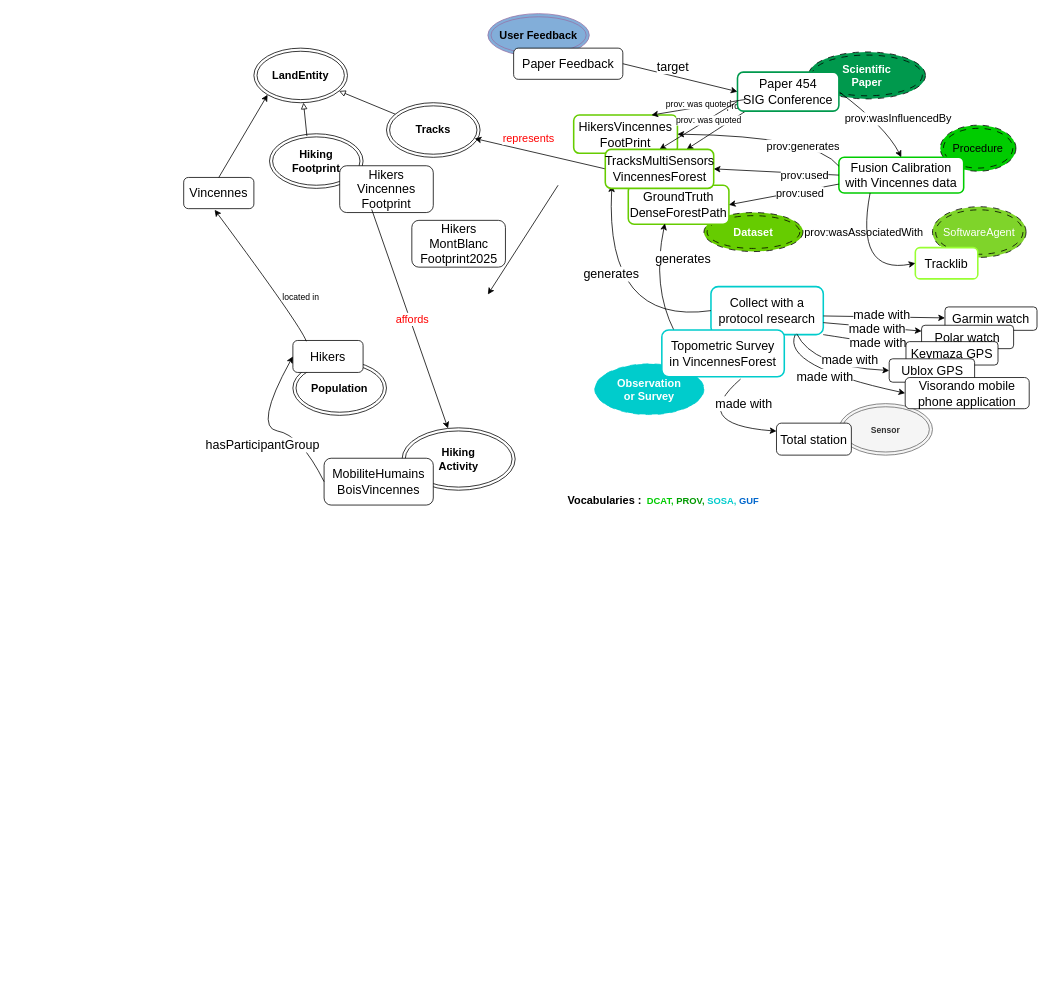
Earlier version of the draw.io diagram page "Schéma 2 article" (3 of 3) of docs/diagrams/model_KG.drawio (IntForOut/outdoorPressure). Source tidied: cells renumbered, new cells numbered last; positions are measured from the earlier drawing's top-left corner, leaving out a move shared by most shapes. Both pictures are drawn from the tidied source at 78%, with x=0, y=0 at pixel (183, 13).
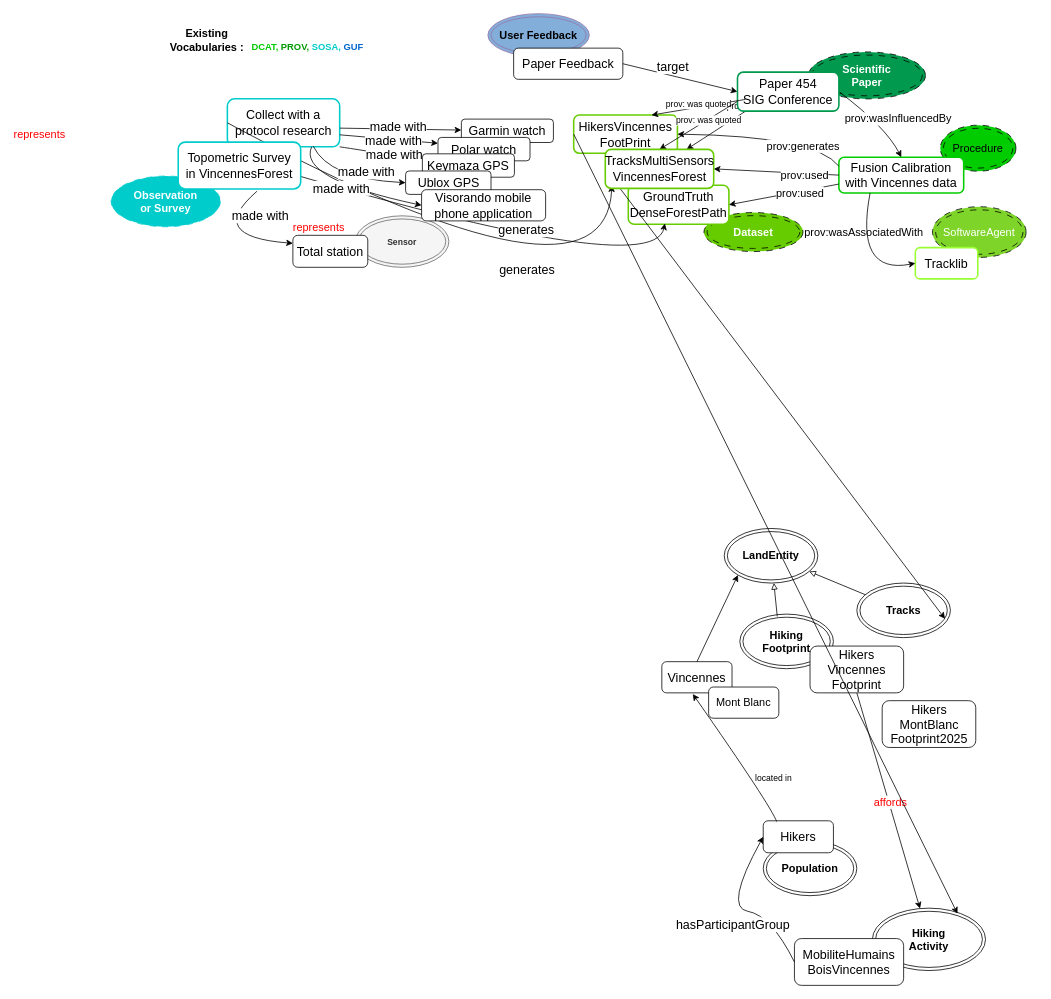
After the change.

Commit message (it also covers changes not shown here):
Mettre à jour model_KG.drawio

The change refers to these unchanged cells:
```xml
<mxCell id="2" value="&lt;div&gt;&lt;font style=&quot;font-size: 16px;&quot;&gt;HikersVincennes&lt;/font&gt;&lt;/div&gt;&lt;div&gt;&lt;font style=&quot;font-size: 16px;&quot;&gt;FootPrint&lt;/font&gt;&lt;/div&gt;" style="rounded=1;whiteSpace=wrap;html=1;strokeColor=#66CC00;strokeWidth=2;" parent="1" vertex="1">
  <mxGeometry x="500" y="130" width="133" height="49" as="geometry" />
</mxCell>
<mxCell id="71" style="endArrow=classic;html=1;rounded=0;exitX=0;exitY=0.5;exitDx=0;exitDy=0;entryX=0.942;entryY=0.655;entryDx=0;entryDy=0;entryPerimeter=0;" parent="1" edge="1" source="79" target="69">
  <mxGeometry relative="1" as="geometry" />
</mxCell>
```

What changed in the source:
```diff
@@
     <mxCell id="3" value="&lt;div&gt;&lt;b&gt;Hiking&lt;/b&gt;&lt;/div&gt;&lt;div&gt;&lt;b&gt;Footprint&lt;/b&gt;&lt;/div&gt;" style="ellipse;shape=doubleEllipse;whiteSpace=wrap;html=1;fontSize=14;" parent="1" vertex="1">
-      <mxGeometry x="110" y="154" width="120" height="70" as="geometry" />
+      <mxGeometry x="713" y="769.8" width="120" height="70" as="geometry" />
     </mxCell>
@@
     <mxCell id="9" value="&lt;font style=&quot;color: rgb(255, 255, 255);&quot;&gt;&lt;b&gt;Observation&lt;br&gt;or Survey&lt;/b&gt;&lt;/font&gt;" style="ellipse;shape=doubleEllipse;whiteSpace=wrap;html=1;fontSize=14;fillColor=#00CCCC;dashed=1;dashPattern=8 8;strokeColor=#00CCCC;" parent="1" vertex="1">
-      <mxGeometry x="527" y="449" width="140" height="65" as="geometry" />
+      <mxGeometry x="-93" y="208.2" width="140" height="65" as="geometry" />
     </mxCell>
@@
     <mxCell id="12" value="&lt;font&gt;&lt;b&gt;Hiking&lt;/b&gt;&lt;/font&gt;&lt;div&gt;&lt;font&gt;&lt;b&gt;Activity&lt;/b&gt;&lt;/font&gt;&lt;/div&gt;" style="ellipse;shape=doubleEllipse;whiteSpace=wrap;html=1;fontSize=14;" parent="1" vertex="1">
-      <mxGeometry x="280" y="531" width="145" height="80" as="geometry" />
+      <mxGeometry x="883" y="1146.8" width="145" height="80" as="geometry" />
     </mxCell>
     <mxCell id="13" value="&lt;b&gt;LandEntity&lt;/b&gt;" style="ellipse;shape=doubleEllipse;whiteSpace=wrap;html=1;fontSize=14;" parent="1" vertex="1">
-      <mxGeometry x="90" y="44.2" width="120" height="70" as="geometry" />
+      <mxGeometry x="693" y="660" width="120" height="70" as="geometry" />
     </mxCell>
@@
     <mxCell id="18" value="&lt;font style=&quot;font-size: 16px;&quot;&gt;Collect with a protocol research&lt;/font&gt;" style="rounded=1;whiteSpace=wrap;html=1;strokeWidth=2;strokeColor=#00CCCC;" parent="1" vertex="1">
-      <mxGeometry x="676" y="350" width="144" height="61.5" as="geometry" />
+      <mxGeometry x="56" y="109.2" width="144" height="61.5" as="geometry" />
     </mxCell>
@@
     <mxCell id="21" value="&lt;font style=&quot;font-size: 16px;&quot;&gt;Garmin watch&lt;/font&gt;" style="rounded=1;whiteSpace=wrap;html=1;" parent="1" vertex="1">
-      <mxGeometry x="976" y="376" width="118" height="30" as="geometry" />
+      <mxGeometry x="356" y="135.2" width="118" height="30" as="geometry" />
     </mxCell>
@@
     <mxCell id="27" style="endArrow=classic;html=1;rounded=0;exitX=0.75;exitY=1;exitDx=0;exitDy=0;entryX=0;entryY=0.5;entryDx=0;entryDy=0;curved=1;" parent="1" edge="1" source="18" target="51">
       <mxGeometry relative="1" as="geometry">
         <Array as="points">
-          <mxPoint x="766" y="452.5" />
+          <mxPoint x="146" y="211.7" />
         </Array>
       </mxGeometry>
     </mxCell>
@@
     <mxCell id="29" style="endArrow=classic;html=1;rounded=0;entryX=0;entryY=0.5;entryDx=0;entryDy=0;curved=1;" parent="1" edge="1" target="50">
       <mxGeometry relative="1" as="geometry">
-        <mxPoint x="786" y="410.5" as="sourcePoint" />
+        <mxPoint x="166" y="169.7" as="sourcePoint" />
         <Array as="points">
-          <mxPoint x="806" y="452.5" />
+          <mxPoint x="186" y="211.7" />
         </Array>
       </mxGeometry>
     </mxCell>
@@
     <mxCell id="31" value="&lt;font style=&quot;font-size: 11px;&quot;&gt;&lt;b&gt;Sensor&lt;/b&gt;&lt;/font&gt;" style="ellipse;shape=doubleEllipse;whiteSpace=wrap;html=1;fontSize=14;fillColor=#f5f5f5;fontColor=#333333;strokeColor=#666666;" parent="1" vertex="1">
-      <mxGeometry x="840" y="500" width="120" height="66" as="geometry" />
+      <mxGeometry x="220" y="259.2" width="120" height="66" as="geometry" />
     </mxCell>
@@
     <mxCell id="45" value="&lt;b&gt;Population&lt;/b&gt;" style="ellipse;shape=doubleEllipse;whiteSpace=wrap;html=1;fontSize=14;" parent="1" vertex="1">
-      <mxGeometry x="140" y="445" width="120" height="70" as="geometry" />
+      <mxGeometry x="743" y="1060.8" width="120" height="70" as="geometry" />
     </mxCell>
@@
     <mxCell id="48" value="&lt;font style=&quot;font-size: 16px;&quot;&gt;Polar watch&lt;/font&gt;" style="rounded=1;whiteSpace=wrap;html=1;" parent="1" vertex="1">
-      <mxGeometry x="946" y="399.5" width="118" height="30" as="geometry" />
+      <mxGeometry x="326" y="158.7" width="118" height="30" as="geometry" />
     </mxCell>
     <mxCell id="49" value="&lt;font style=&quot;font-size: 16px;&quot;&gt;Keymaza GPS&lt;/font&gt;" style="rounded=1;whiteSpace=wrap;html=1;" parent="1" vertex="1">
-      <mxGeometry x="926" y="420.5" width="118" height="30" as="geometry" />
+      <mxGeometry x="306" y="179.7" width="118" height="30" as="geometry" />
     </mxCell>
     <mxCell id="50" value="&lt;font style=&quot;font-size: 16px;&quot;&gt;Ublox GPS&lt;/font&gt;" style="rounded=1;whiteSpace=wrap;html=1;" parent="1" vertex="1">
-      <mxGeometry x="904.5" y="442.5" width="109.5" height="30" as="geometry" />
+      <mxGeometry x="284.5" y="201.7" width="109.5" height="30" as="geometry" />
     </mxCell>
     <mxCell id="51" value="&lt;font style=&quot;font-size: 16px;&quot;&gt;Visorando mobile phone application&lt;/font&gt;" style="rounded=1;whiteSpace=wrap;html=1;" parent="1" vertex="1">
-      <mxGeometry x="925" y="466.5" width="159" height="40" as="geometry" />
+      <mxGeometry x="305" y="225.7" width="159" height="40" as="geometry" />
     </mxCell>
     <mxCell id="52" value="&lt;font style=&quot;font-size: 16px;&quot;&gt;Total station&lt;/font&gt;" style="rounded=1;whiteSpace=wrap;html=1;" parent="1" vertex="1">
-      <mxGeometry x="760" y="525" width="96" height="41" as="geometry" />
+      <mxGeometry x="140" y="284.2" width="96" height="41" as="geometry" />
     </mxCell>
     <mxCell id="53" style="endArrow=classic;html=1;rounded=0;exitX=0.643;exitY=1.05;exitDx=0;exitDy=0;entryX=0;entryY=0.25;entryDx=0;entryDy=0;curved=1;exitPerimeter=0;" parent="1" edge="1" source="83" target="52">
       <mxGeometry relative="1" as="geometry">
         <Array as="points">
-          <mxPoint x="647" y="526.5" />
+          <mxPoint x="27" y="285.7" />
         </Array>
       </mxGeometry>
     </mxCell>
     <mxCell id="54" value="&lt;font style=&quot;font-size: 16px;&quot;&gt;made with&lt;/font&gt;" style="edgeLabel;html=1;align=center;verticalAlign=middle;" parent="1" vertex="1">
-      <mxGeometry x="720" y="500" as="geometry">
+      <mxGeometry x="100" y="259.2" as="geometry">
         <mxPoint x="-3" y="-1" as="offset" />
       </mxGeometry>
     </mxCell>
@@
     <mxCell id="59" value="&lt;font style=&quot;font-size: 16px;&quot;&gt;Hikers&lt;/font&gt;" style="rounded=1;whiteSpace=wrap;html=1;" parent="1" vertex="1">
-      <mxGeometry x="140" y="419" width="90" height="41" as="geometry" />
+      <mxGeometry x="743" y="1034.8" width="90" height="41" as="geometry" />
     </mxCell>
     <mxCell id="60" value="&lt;div&gt;&lt;font style=&quot;font-size: 16px;&quot;&gt;Hikers&lt;/font&gt;&lt;/div&gt;&lt;div&gt;&lt;font style=&quot;font-size: 16px;&quot;&gt;Vincennes&lt;/font&gt;&lt;/div&gt;&lt;div&gt;&lt;font style=&quot;font-size: 16px;&quot;&gt;Footprint&lt;/font&gt;&lt;/div&gt;" style="rounded=1;whiteSpace=wrap;html=1;" parent="1" vertex="1">
-      <mxGeometry x="200" y="195" width="120" height="60" as="geometry" />
+      <mxGeometry x="803" y="810.8" width="120" height="60" as="geometry" />
     </mxCell>
     <mxCell id="61" value="&lt;font style=&quot;font-size: 16px;&quot;&gt;Vincennes&lt;/font&gt;" style="rounded=1;whiteSpace=wrap;html=1;" parent="1" vertex="1">
-      <mxGeometry y="210" width="90" height="40" as="geometry" />
+      <mxGeometry x="613" y="830.8" width="90" height="40" as="geometry" />
     </mxCell>
     <mxCell id="62" value="&lt;div&gt;&lt;font style=&quot;font-size: 16px;&quot;&gt;MobiliteHumains&lt;/font&gt;&lt;/div&gt;&lt;div&gt;&lt;font style=&quot;font-size: 16px;&quot;&gt;BoisVincennes&lt;/font&gt;&lt;/div&gt;" style="rounded=1;whiteSpace=wrap;html=1;" parent="1" vertex="1">
-      <mxGeometry x="180" y="570" width="140" height="60" as="geometry" />
+      <mxGeometry x="783" y="1185.8" width="140" height="60" as="geometry" />
     </mxCell>
     <mxCell id="63" style="endArrow=classic;html=1;rounded=0;curved=1;entryX=0.441;entryY=1.037;entryDx=0;entryDy=0;entryPerimeter=0;exitX=0.191;exitY=0.024;exitDx=0;exitDy=0;exitPerimeter=0;" parent="1" edge="1" source="59" target="61">
       <mxGeometry relative="1" as="geometry">
         <Array as="points">
-          <mxPoint x="150" y="400" />
+          <mxPoint x="753" y="1015.8" />
         </Array>
       </mxGeometry>
     </mxCell>
@@
     <mxCell id="65" style="endArrow=classic;html=1;rounded=0;curved=1;exitX=0;exitY=0.5;exitDx=0;exitDy=0;entryX=0;entryY=0.5;entryDx=0;entryDy=0;" parent="1" edge="1" source="62" target="59">
       <mxGeometry relative="1" as="geometry">
         <Array as="points">
-          <mxPoint x="150" y="540" />
-          <mxPoint x="90" y="530" />
+          <mxPoint x="753" y="1155.8" />
+          <mxPoint x="693" y="1145.8" />
         </Array>
       </mxGeometry>
     </mxCell>
@@
     <mxCell id="69" value="&lt;b&gt;Tracks&lt;/b&gt;" style="ellipse;shape=doubleEllipse;whiteSpace=wrap;html=1;fontSize=14;" parent="1" vertex="1">
-      <mxGeometry x="260" y="114.2" width="120" height="70" as="geometry" />
+      <mxGeometry x="863" y="730" width="120" height="70" as="geometry" />
     </mxCell>
@@
     <mxCell id="72" value="&lt;font style=&quot;font-size: 14px; color: rgb(255, 0, 0);&quot;&gt;represents&lt;/font&gt;" style="edgeLabel;html=1;align=center;verticalAlign=middle;" parent="71" vertex="1">
       <mxGeometry x="0.16" y="1" relative="1" as="geometry">
-        <mxPoint x="-1" y="-18" as="offset" />
+        <mxPoint x="-621" y="-259" as="offset" />
       </mxGeometry>
     </mxCell>
     <mxCell id="73" value="&lt;div&gt;&lt;font style=&quot;font-size: 16px;&quot;&gt;Hikers&lt;/font&gt;&lt;/div&gt;&lt;div&gt;&lt;font style=&quot;font-size: 16px;&quot;&gt;MontBlanc&lt;/font&gt;&lt;/div&gt;&lt;div&gt;&lt;font style=&quot;font-size: 16px;&quot;&gt;Footprint2025&lt;/font&gt;&lt;/div&gt;" style="rounded=1;whiteSpace=wrap;html=1;" parent="1" vertex="1">
-      <mxGeometry x="292.5" y="265" width="120" height="60" as="geometry" />
+      <mxGeometry x="895.5" y="880.8" width="120" height="60" as="geometry" />
     </mxCell>
-    <mxCell id="74" style="endArrow=classic;html=1;rounded=0;exitX=0.342;exitY=0.933;exitDx=0;exitDy=0;exitPerimeter=0;" parent="1" edge="1" source="60" target="12">
+    <mxCell id="74" style="endArrow=classic;html=1;rounded=0;exitX=0.5;exitY=1;exitDx=0;exitDy=0;shape=wire;dashed=1;startArrow=none;startFill=0;endFill=1;" parent="1" edge="1" source="60" target="12">
       <mxGeometry relative="1" as="geometry" />
     </mxCell>
@@
-    <mxCell id="76" style="endArrow=classic;html=1;rounded=0;" parent="1" edge="1">
-      <mxGeometry relative="1" as="geometry">
-        <mxPoint x="480" y="220" as="sourcePoint" />
-        <mxPoint x="390" y="360" as="targetPoint" />
-      </mxGeometry>
+    <mxCell id="76" style="endArrow=classic;html=1;rounded=0;exitX=0;exitY=0.5;exitDx=0;exitDy=0;entryX=0.752;entryY=0.088;entryDx=0;entryDy=0;entryPerimeter=0;" parent="1" edge="1" source="2" target="12">
+      <mxGeometry relative="1" as="geometry" />
     </mxCell>
@@
-    <mxCell id="80" style="group;" parent="1" vertex="1">
-      <mxGeometry x="490" y="600" width="311" height="50" as="geometry" />
-    </mxCell>
+    <mxCell id="83" value="&lt;div&gt;&lt;font style=&quot;font-size: 16px;&quot;&gt;Topometric Survey&lt;/font&gt;&lt;/div&gt;&lt;div&gt;&lt;font style=&quot;font-size: 16px;&quot;&gt;in VincennesForest&lt;/font&gt;&lt;/div&gt;" style="rounded=1;whiteSpace=wrap;html=1;strokeColor=#00CCCC;strokeWidth=2;" parent="1" vertex="1">
+      <mxGeometry x="-7" y="164.7" width="157" height="60" as="geometry" />
+    </mxCell>
+    <mxCell id="84" value="&lt;font style=&quot;font-size: 14px; color: rgb(255, 0, 0);&quot;&gt;represents&lt;/font&gt;" style="edgeLabel;html=1;align=center;verticalAlign=middle;" parent="1" vertex="1">
+      <mxGeometry x="-100" y="178.2" as="geometry">
+        <mxPoint x="-86" y="-24" as="offset" />
+      </mxGeometry>
+    </mxCell>
+    <mxCell id="85" value="&lt;font style=&quot;font-size: 14px;&quot;&gt;Mont Blanc&lt;/font&gt;" style="rounded=1;whiteSpace=wrap;html=1;" parent="1" vertex="1">
+      <mxGeometry x="673" y="863.3" width="90" height="40" as="geometry" />
+    </mxCell>
-    <mxCell id="81" value="&lt;div&gt;&lt;span style=&quot;color: rgb(0, 204, 0);&quot;&gt;&lt;b&gt;DCAT,&amp;nbsp;&lt;/b&gt;&lt;/span&gt;&lt;b&gt;&lt;span style=&quot;color: rgb(0, 153, 0);&quot;&gt;PROV,&amp;nbsp;&lt;/span&gt;&lt;span style=&quot;color: rgb(0, 204, 204);&quot;&gt;SOSA,&amp;nbsp;&lt;/span&gt;&lt;span style=&quot;color: rgb(0, 102, 204);&quot;&gt;GUF&lt;/span&gt;&lt;/b&gt;&lt;/div&gt;" style="text;html=1;whiteSpace=wrap;strokeColor=none;fillColor=none;align=center;verticalAlign=middle;rounded=0;" parent="80" vertex="1">
-      <mxGeometry x="41" width="270" height="50" as="geometry" />
+    <mxCell id="81" value="&lt;div&gt;&lt;span style=&quot;color: rgb(0, 204, 0);&quot;&gt;&lt;b&gt;DCAT,&amp;nbsp;&lt;/b&gt;&lt;/span&gt;&lt;b&gt;&lt;span style=&quot;color: rgb(0, 153, 0);&quot;&gt;PROV,&amp;nbsp;&lt;/span&gt;&lt;span style=&quot;color: rgb(0, 204, 204);&quot;&gt;SOSA,&amp;nbsp;&lt;/span&gt;&lt;span style=&quot;color: rgb(0, 102, 204);&quot;&gt;GUF&lt;/span&gt;&lt;/b&gt;&lt;/div&gt;" style="text;html=1;whiteSpace=wrap;strokeColor=none;fillColor=none;align=center;verticalAlign=middle;rounded=0;" parent="1" vertex="1">
+      <mxGeometry x="24" y="18" width="270" height="50" as="geometry" />
     </mxCell>
-    <mxCell id="82" value="&lt;b&gt;&lt;font style=&quot;font-size: 14px;&quot;&gt;Vocabularies :&lt;/font&gt;&lt;/b&gt;" style="text;html=1;whiteSpace=wrap;strokeColor=none;fillColor=none;align=center;verticalAlign=middle;rounded=0;" parent="80" vertex="1">
-      <mxGeometry y="9" width="100" height="30" as="geometry" />
+    <mxCell id="82" value="&lt;b&gt;&lt;font style=&quot;font-size: 14px;&quot;&gt;Existing Vocabularies :&lt;/font&gt;&lt;/b&gt;" style="text;html=1;whiteSpace=wrap;strokeColor=none;fillColor=none;align=center;verticalAlign=middle;rounded=0;" parent="1" vertex="1">
+      <mxGeometry x="-20" y="19" width="100" height="30" as="geometry" />
     </mxCell>
-    <mxCell id="83" value="&lt;div&gt;&lt;font style=&quot;font-size: 16px;&quot;&gt;Topometric Survey&lt;/font&gt;&lt;/div&gt;&lt;div&gt;&lt;font style=&quot;font-size: 16px;&quot;&gt;in VincennesForest&lt;/font&gt;&lt;/div&gt;" style="rounded=1;whiteSpace=wrap;html=1;strokeColor=#00CCCC;strokeWidth=2;" parent="1" vertex="1">
-      <mxGeometry x="613" y="405.5" width="157" height="60" as="geometry" />
-    </mxCell>
```
